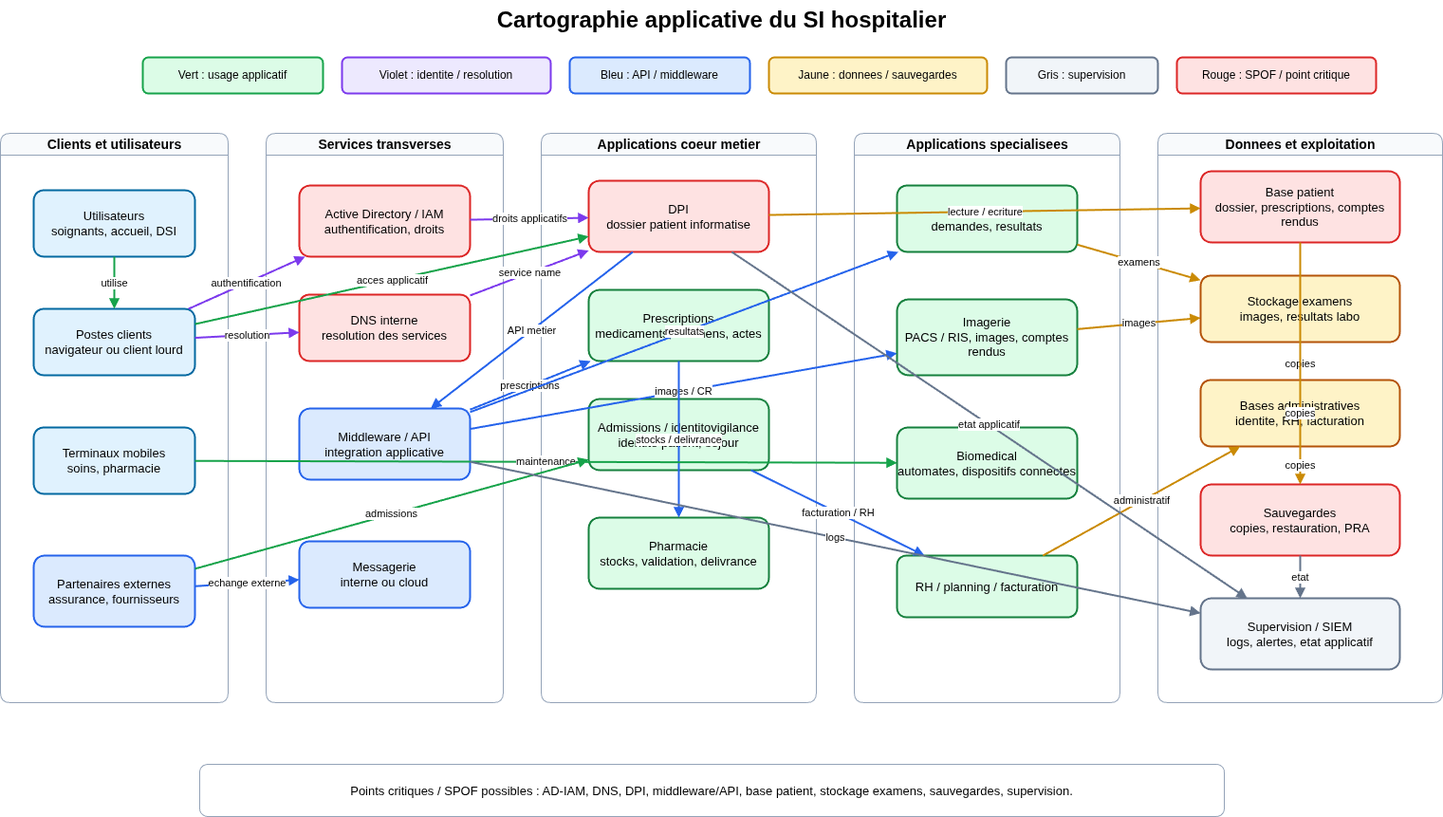
The draw.io diagram docs/systeme-info-si/drawio/06-cartographie-applicative.drawio.png in chabad26/memo-ais, before a commit. Source tidied: cells renumbered, new cells last; positions are measured from the earlier drawing's top-left corner, leaving out a move shared by most shapes.
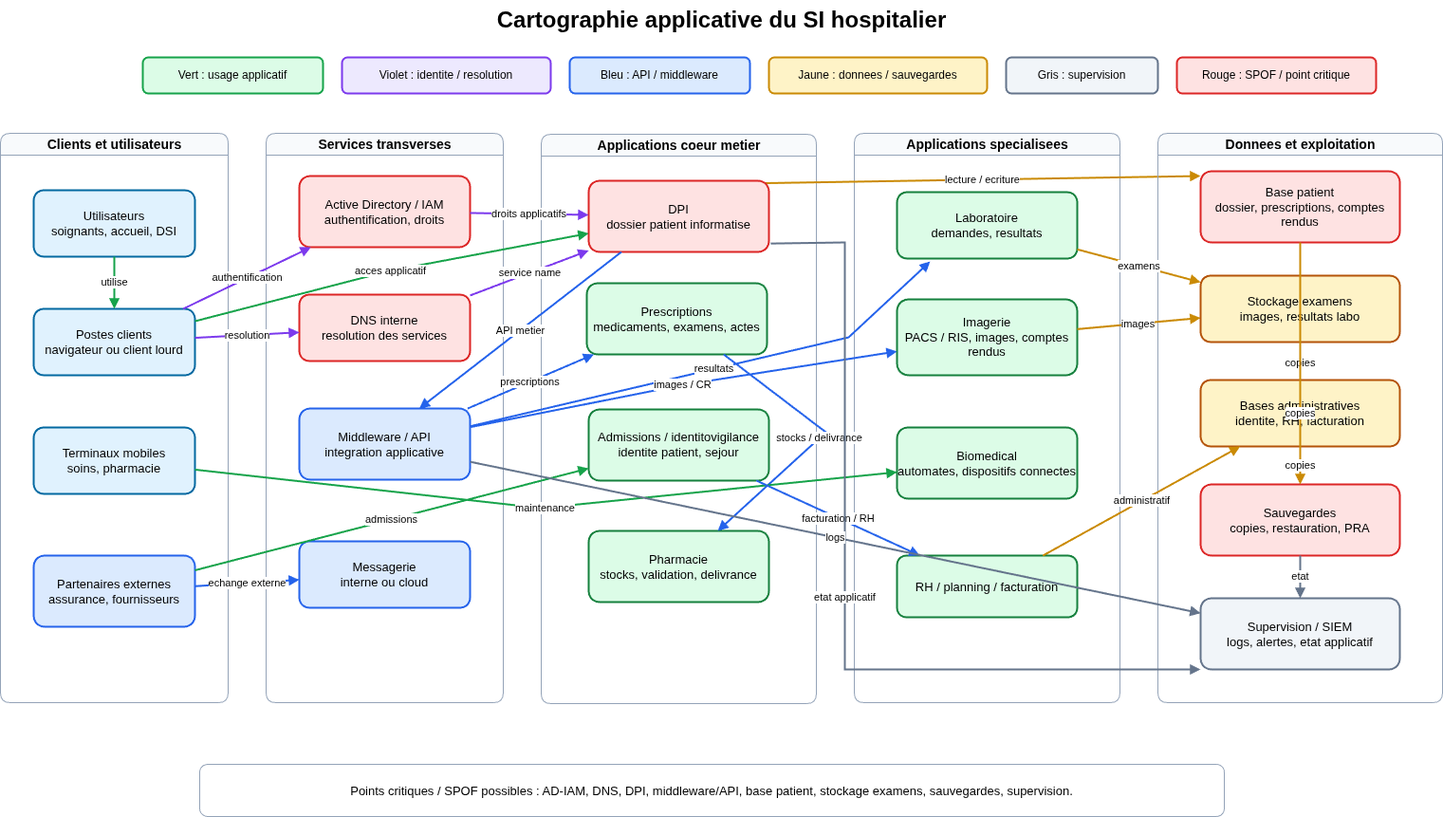
After the change.

Commit message:
ajout carte manquante

What changed in the source:
```diff
@@ -30,11 +30,16 @@
       <mxGeometry x="280" y="140" width="250" height="600" as="geometry" />
     </mxCell>
     <mxCell id="11" value="Applications coeur metier" style="swimlane;html=1;rounded=1;fillColor=#f8fafc;strokeColor=#94a3b8;fontStyle=1;fontSize=14;" parent="1" vertex="1">
-      <mxGeometry x="570" y="140" width="290" height="600" as="geometry" />
+      <mxGeometry x="570" y="141" width="290" height="600" as="geometry" />
     </mxCell>
     <mxCell id="12" value="Applications specialisees" style="swimlane;html=1;rounded=1;fillColor=#f8fafc;strokeColor=#94a3b8;fontStyle=1;fontSize=14;" parent="1" vertex="1">
       <mxGeometry x="900" y="140" width="280" height="600" as="geometry" />
     </mxCell>
+    <mxCell id="50" value="lecture / ecriture" style="endArrow=block;html=1;rounded=0;strokeColor=#ca8a04;strokeWidth=2;fontSize=11;exitX=0.971;exitY=0.034;exitDx=0;exitDy=0;exitPerimeter=0;" parent="12" edge="1" source="22">
+      <mxGeometry relative="1" as="geometry">
+        <mxPoint x="365" y="45" as="targetPoint" />
+      </mxGeometry>
+    </mxCell>
     <mxCell id="13" value="Donnees et exploitation" style="swimlane;html=1;rounded=1;fillColor=#f8fafc;strokeColor=#94a3b8;fontStyle=1;fontSize=14;" parent="1" vertex="1">
       <mxGeometry x="1220" y="140" width="300" height="600" as="geometry" />
     </mxCell>
@@ -51,7 +56,7 @@
       <mxGeometry x="35" y="585" width="170" height="75" as="geometry" />
     </mxCell>
     <mxCell id="18" value="Active Directory / IAM&lt;br&gt;authentification, droits" style="rounded=1;whiteSpace=wrap;html=1;fillColor=#fee2e2;strokeColor=#dc2626;strokeWidth=2;fontSize=13;" parent="1" vertex="1">
-      <mxGeometry x="315" y="195" width="180" height="75" as="geometry" />
+      <mxGeometry x="315" y="185" width="180" height="75" as="geometry" />
     </mxCell>
     <mxCell id="19" value="DNS interne&lt;br&gt;resolution des services" style="rounded=1;whiteSpace=wrap;html=1;fillColor=#fee2e2;strokeColor=#dc2626;strokeWidth=2;fontSize=13;" parent="1" vertex="1">
       <mxGeometry x="315" y="310" width="180" height="70" as="geometry" />
@@ -66,16 +71,16 @@
       <mxGeometry x="620" y="190" width="190" height="75" as="geometry" />
     </mxCell>
     <mxCell id="23" value="Prescriptions&lt;br&gt;medicaments, examens, actes" style="rounded=1;whiteSpace=wrap;html=1;fillColor=#dcfce7;strokeColor=#15803d;strokeWidth=2;fontSize=13;" parent="1" vertex="1">
-      <mxGeometry x="620" y="305" width="190" height="75" as="geometry" />
+      <mxGeometry x="618" y="298" width="190" height="75" as="geometry" />
     </mxCell>
     <mxCell id="24" value="Admissions / identitovigilance&lt;br&gt;identite patient, sejour" style="rounded=1;whiteSpace=wrap;html=1;fillColor=#dcfce7;strokeColor=#15803d;strokeWidth=2;fontSize=13;" parent="1" vertex="1">
-      <mxGeometry x="620" y="420" width="190" height="75" as="geometry" />
+      <mxGeometry x="620" y="431" width="190" height="75" as="geometry" />
     </mxCell>
     <mxCell id="25" value="Pharmacie&lt;br&gt;stocks, validation, delivrance" style="rounded=1;whiteSpace=wrap;html=1;fillColor=#dcfce7;strokeColor=#15803d;strokeWidth=2;fontSize=13;" parent="1" vertex="1">
-      <mxGeometry x="620" y="545" width="190" height="75" as="geometry" />
+      <mxGeometry x="620" y="559" width="190" height="75" as="geometry" />
     </mxCell>
     <mxCell id="26" value="Laboratoire&lt;br&gt;demandes, resultats" style="rounded=1;whiteSpace=wrap;html=1;fillColor=#dcfce7;strokeColor=#15803d;strokeWidth=2;fontSize=13;" parent="1" vertex="1">
-      <mxGeometry x="945" y="195" width="190" height="70" as="geometry" />
+      <mxGeometry x="945" y="202" width="190" height="70" as="geometry" />
     </mxCell>
     <mxCell id="27" value="Imagerie&lt;br&gt;PACS / RIS, images, comptes rendus" style="rounded=1;whiteSpace=wrap;html=1;fillColor=#dcfce7;strokeColor=#15803d;strokeWidth=2;fontSize=13;" parent="1" vertex="1">
       <mxGeometry x="945" y="315" width="190" height="80" as="geometry" />
@@ -111,7 +116,11 @@
       <mxGeometry relative="1" as="geometry" />
     </mxCell>
     <mxCell id="38" value="acces applicatif" style="endArrow=block;html=1;rounded=0;strokeColor=#16a34a;strokeWidth=2;fontSize=11;" parent="1" edge="1" source="15" target="22">
-      <mxGeometry relative="1" as="geometry" />
+      <mxGeometry relative="1" as="geometry">
+        <Array as="points">
+          <mxPoint x="410" y="285" />
+        </Array>
+      </mxGeometry>
     </mxCell>
     <mxCell id="39" value="droits applicatifs" style="endArrow=block;html=1;rounded=0;strokeColor=#7c3aed;strokeWidth=2;fontSize=11;" parent="1" edge="1" source="18" target="22">
       <mxGeometry relative="1" as="geometry" />
@@ -119,23 +128,43 @@
     <mxCell id="40" value="service name" style="endArrow=block;html=1;rounded=0;strokeColor=#7c3aed;strokeWidth=2;fontSize=11;" parent="1" edge="1" source="19" target="22">
       <mxGeometry relative="1" as="geometry" />
     </mxCell>
-    <mxCell id="41" value="API metier" style="endArrow=block;html=1;rounded=0;strokeColor=#2563eb;strokeWidth=2;fontSize=11;" parent="1" edge="1" source="22" target="20">
-      <mxGeometry relative="1" as="geometry" />
+    <mxCell id="41" value="API metier" style="endArrow=block;html=1;rounded=0;strokeColor=#2563eb;strokeWidth=2;fontSize=11;" parent="1" edge="1">
+      <mxGeometry relative="1" as="geometry">
+        <mxPoint x="654.6" y="265" as="sourcePoint" />
+        <mxPoint x="441.4" y="430" as="targetPoint" />
+      </mxGeometry>
     </mxCell>
     <mxCell id="42" value="prescriptions" style="endArrow=block;html=1;rounded=0;strokeColor=#2563eb;strokeWidth=2;fontSize=11;" parent="1" edge="1" source="20" target="23">
       <mxGeometry relative="1" as="geometry" />
     </mxCell>
-    <mxCell id="43" value="resultats" style="endArrow=block;html=1;rounded=0;strokeColor=#2563eb;strokeWidth=2;fontSize=11;" parent="1" edge="1" source="20" target="26">
-      <mxGeometry relative="1" as="geometry" />
+    <mxCell id="43" value="resultats" style="endArrow=block;html=1;rounded=0;strokeColor=#2563eb;strokeWidth=2;fontSize=11;exitX=1;exitY=0.25;exitDx=0;exitDy=0;" parent="1" edge="1" source="20">
+      <mxGeometry relative="1" as="geometry">
+        <mxPoint x="980" y="275" as="targetPoint" />
+        <Array as="points">
+          <mxPoint x="894" y="355" />
+        </Array>
+      </mxGeometry>
     </mxCell>
     <mxCell id="44" value="images / CR" style="endArrow=block;html=1;rounded=0;strokeColor=#2563eb;strokeWidth=2;fontSize=11;" parent="1" edge="1" source="20" target="27">
-      <mxGeometry relative="1" as="geometry" />
+      <mxGeometry relative="1" as="geometry">
+        <Array as="points">
+          <mxPoint x="720" y="405" />
+        </Array>
+      </mxGeometry>
     </mxCell>
     <mxCell id="45" value="stocks / delivrance" style="endArrow=block;html=1;rounded=0;strokeColor=#2563eb;strokeWidth=2;fontSize=11;" parent="1" edge="1" source="23" target="25">
-      <mxGeometry relative="1" as="geometry" />
+      <mxGeometry relative="1" as="geometry">
+        <Array as="points">
+          <mxPoint x="870" y="455" />
+        </Array>
+      </mxGeometry>
     </mxCell>
     <mxCell id="46" value="maintenance" style="endArrow=block;html=1;rounded=0;strokeColor=#16a34a;strokeWidth=2;fontSize=11;" parent="1" edge="1" source="16" target="28">
-      <mxGeometry relative="1" as="geometry" />
+      <mxGeometry relative="1" as="geometry">
+        <Array as="points">
+          <mxPoint x="570" y="535" />
+        </Array>
+      </mxGeometry>
     </mxCell>
     <mxCell id="47" value="echange externe" style="endArrow=block;html=1;rounded=0;strokeColor=#2563eb;strokeWidth=2;fontSize=11;" parent="1" edge="1" source="17" target="21">
       <mxGeometry relative="1" as="geometry" />
@@ -146,9 +175,6 @@
     <mxCell id="49" value="facturation / RH" style="endArrow=block;html=1;rounded=0;strokeColor=#2563eb;strokeWidth=2;fontSize=11;" parent="1" edge="1" source="24" target="29">
       <mxGeometry relative="1" as="geometry" />
     </mxCell>
-    <mxCell id="50" value="lecture / ecriture" style="endArrow=block;html=1;rounded=0;strokeColor=#ca8a04;strokeWidth=2;fontSize=11;" parent="1" edge="1" source="22" target="30">
-      <mxGeometry relative="1" as="geometry" />
-    </mxCell>
     <mxCell id="51" value="examens" style="endArrow=block;html=1;rounded=0;strokeColor=#ca8a04;strokeWidth=2;fontSize=11;" parent="1" edge="1" source="26" target="31">
       <mxGeometry relative="1" as="geometry" />
     </mxCell>
@@ -167,8 +193,14 @@
     <mxCell id="56" value="copies" style="endArrow=block;html=1;rounded=0;strokeColor=#ca8a04;strokeWidth=2;fontSize=11;" parent="1" edge="1" source="32" target="33">
       <mxGeometry relative="1" as="geometry" />
     </mxCell>
-    <mxCell id="57" value="etat applicatif" style="endArrow=block;html=1;rounded=0;strokeColor=#64748b;strokeWidth=2;fontSize=11;" parent="1" edge="1" source="22" target="34">
-      <mxGeometry relative="1" as="geometry" />
+    <mxCell id="57" value="etat applicatif" style="endArrow=block;html=1;rounded=0;strokeColor=#64748b;strokeWidth=2;fontSize=11;entryX=0;entryY=1;entryDx=0;entryDy=0;exitX=1.01;exitY=0.882;exitDx=0;exitDy=0;exitPerimeter=0;" parent="1" edge="1" source="22" target="34">
+      <mxGeometry relative="1" as="geometry">
+        <Array as="points">
+          <mxPoint x="890" y="255" />
+          <mxPoint x="890" y="705" />
+          <mxPoint x="1120" y="705" />
+        </Array>
+      </mxGeometry>
     </mxCell>
     <mxCell id="58" value="logs" style="endArrow=block;html=1;rounded=0;strokeColor=#64748b;strokeWidth=2;fontSize=11;" parent="1" edge="1" source="20" target="34">
       <mxGeometry relative="1" as="geometry" />
```
